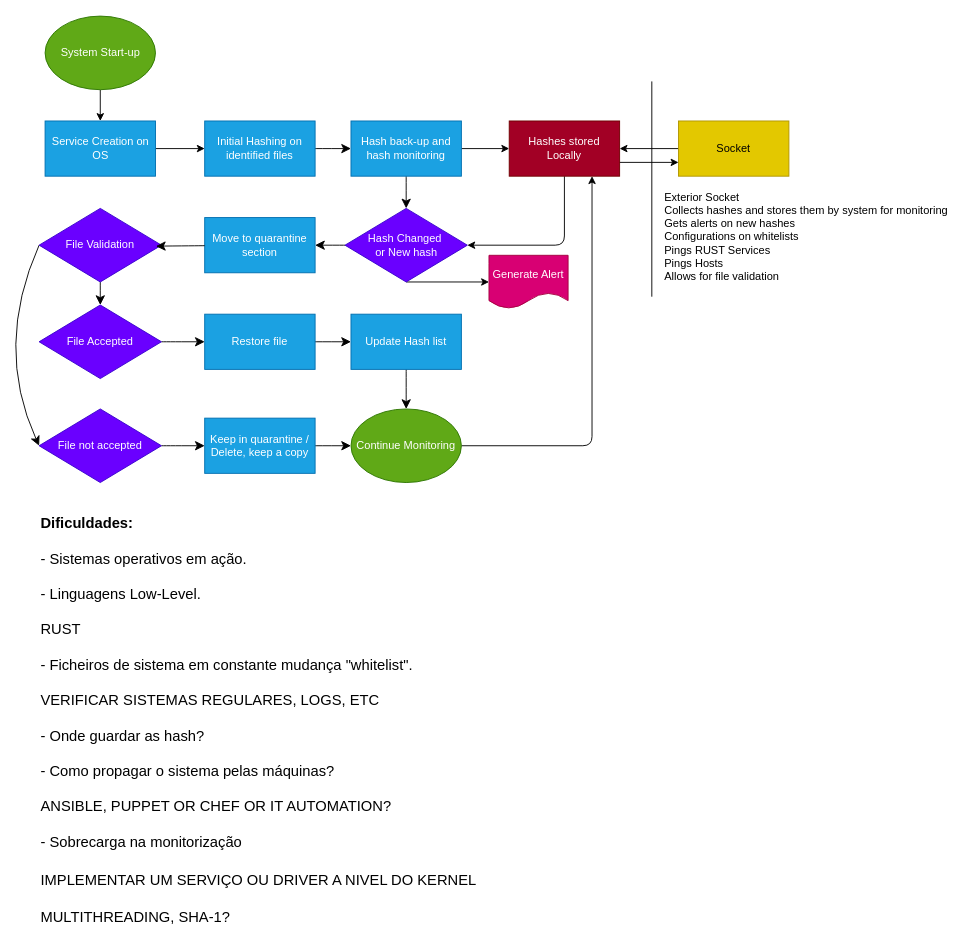
Above: planeamento/Untitled Diagram.drawio in mickeyhousee/LOCK (draw.io), before the change. Source tidied: cells renumbered, new cells numbered last; positions are measured from the earlier drawing's top-left corner, leaving out a move shared by most shapes. Both pictures are drawn from the tidied source at 92%, with x=0, y=0 at pixel (-6, 16).
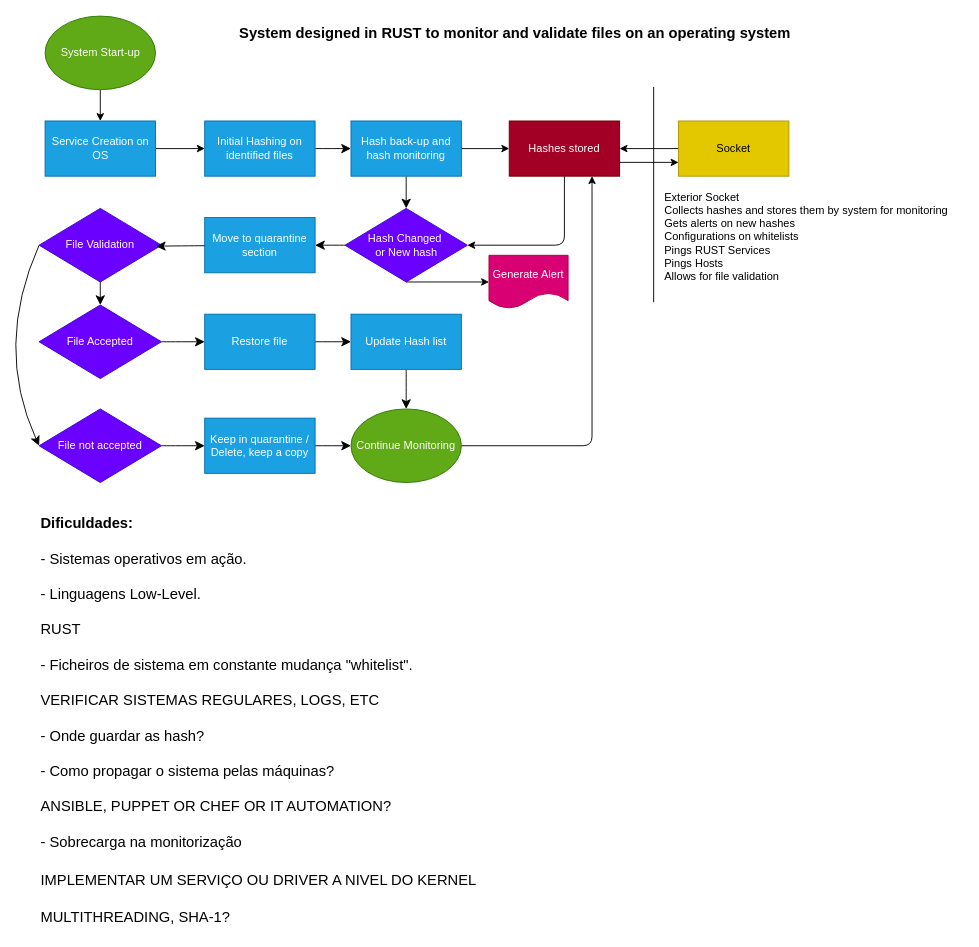
The same diagram, later.

The edit, as a diff of the source:
```diff
@@
-    <mxCell id="33" value="Hashes stored Locally" style="rounded=0;whiteSpace=wrap;html=1;fillColor=#a20025;fontColor=#ffffff;strokeColor=#6F0000;" parent="1" vertex="1">
+    <mxCell id="33" value="Hashes stored" style="rounded=0;whiteSpace=wrap;html=1;fillColor=#a20025;fontColor=#ffffff;strokeColor=#6F0000;" parent="1" vertex="1">
       <mxGeometry x="560" y="114" width="120" height="60" as="geometry" />
     </mxCell>
@@
     <mxCell id="36" style="endArrow=none;html=1;" parent="1" edge="1">
       <mxGeometry relative="1" as="geometry">
-        <mxPoint x="715" y="305" as="sourcePoint" />
-        <mxPoint x="715" y="71" as="targetPoint" />
+        <mxPoint x="717" y="311" as="sourcePoint" />
+        <mxPoint x="717" y="77" as="targetPoint" />
       </mxGeometry>
     </mxCell>
@@
+    <mxCell id="41" value="&lt;b&gt;&lt;font style=&quot;font-size: 16px;&quot;&gt;System designed in RUST to monitor and validate files on an operating system&lt;/font&gt;&lt;/b&gt;" style="text;html=1;align=center;verticalAlign=middle;strokeColor=none;fillColor=none;" parent="1" vertex="1">
+      <mxGeometry x="257" y="2" width="617" height="31" as="geometry" />
+    </mxCell>
```
